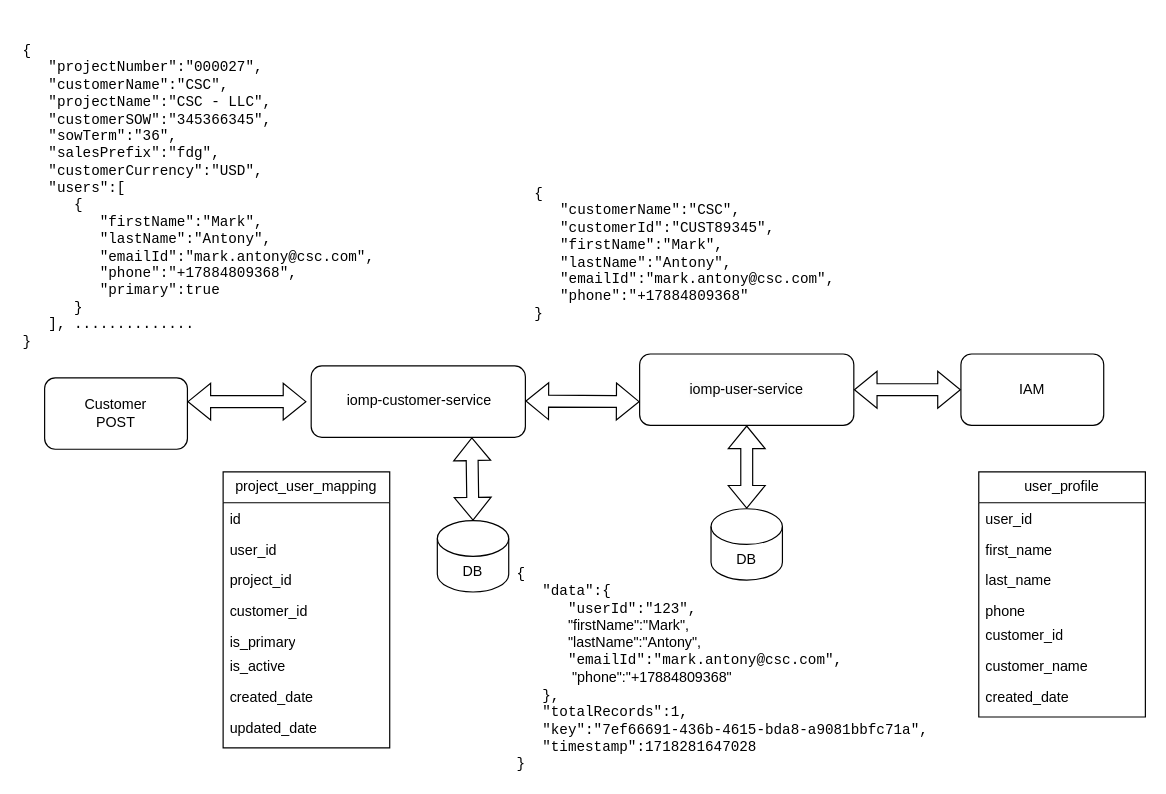
Before: create new contact for customer account.drawio in wesco-chandanabuduru/common-entities, a draw.io diagram. Source tidied: cells renumbered, new cells numbered last; positions are measured from the earlier drawing's top-left corner, leaving out a move shared by most shapes. Both pictures are drawn from the tidied source at 119%, with x=0, y=0 at pixel (20, 20).
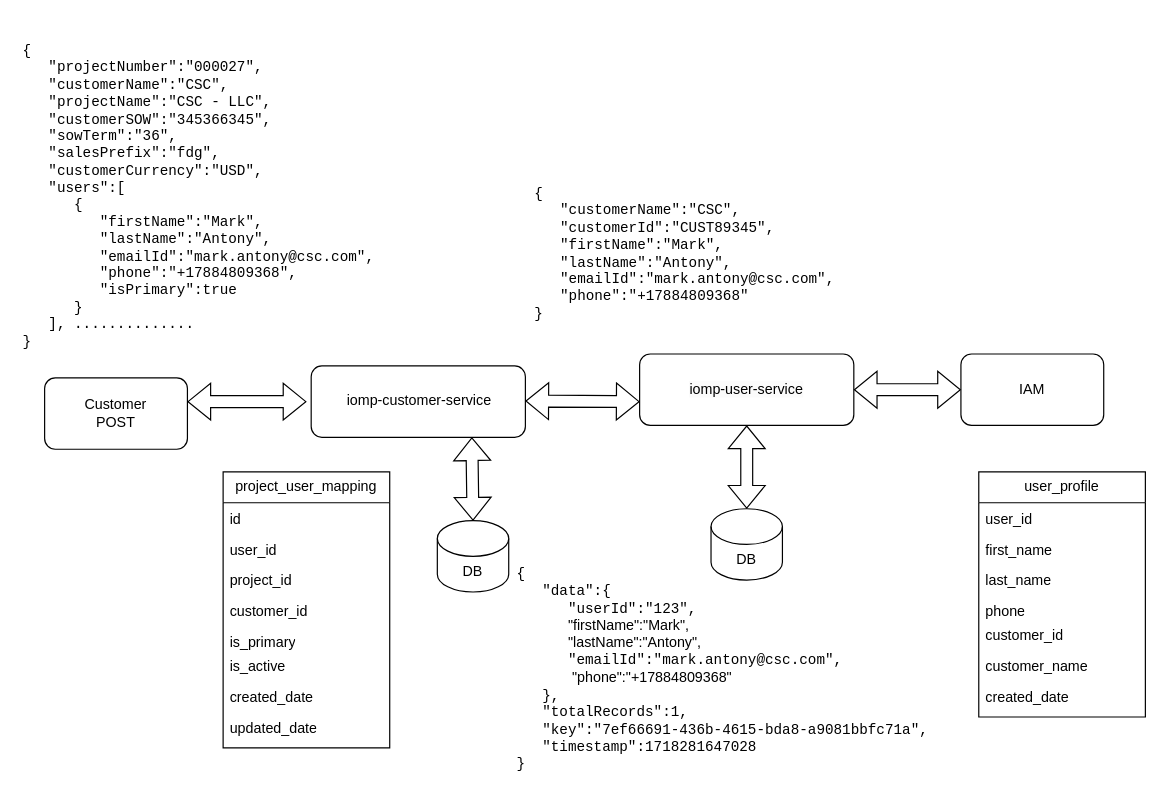
The same page after the edit.

The edit, as a diff of the source:
```diff
@@
-    <mxCell id="8" value="&lt;pre style=&quot;margin-top: 0px;&quot;&gt;&lt;pre&gt;&lt;pre&gt;&lt;pre&gt;&lt;span dir=&quot;ltr&quot; class=&quot;ui-provider a b c d e f g h i j k l m n o p q r s t u v w x y z ab ac ae af ag ah ai aj ak&quot;&gt;&lt;p&gt;{&lt;br/&gt;   &quot;projectNumber&quot;:&quot;000027&quot;,&lt;br/&gt;   &quot;customerName&quot;:&quot;CSC&quot;,&lt;br/&gt;   &quot;projectName&quot;:&quot;CSC - LLC&quot;,&lt;br/&gt;   &quot;customerSOW&quot;:&quot;345366345&quot;,&lt;br/&gt;   &quot;sowTerm&quot;:&quot;36&quot;,&lt;br/&gt;   &quot;salesPrefix&quot;:&quot;fdg&quot;,&lt;br/&gt;   &quot;customerCurrency&quot;:&quot;USD&quot;,&lt;br/&gt;   &quot;users&quot;:[&lt;br/&gt;      {&lt;br/&gt;         &quot;firstName&quot;:&quot;Mark&quot;,&lt;br/&gt;         &quot;lastName&quot;:&quot;Antony&quot;,&lt;br/&gt;         &quot;emailId&quot;:&quot;mark.antony@csc.com&quot;,&lt;br/&gt;         &quot;phone&quot;:&quot;+17884809368&quot;,&lt;br/&gt;         &quot;primary&quot;:true&lt;br/&gt;      }&lt;br/&gt;   ], ..............&lt;br/&gt;}&lt;br&gt;&lt;/p&gt;&lt;p&gt;&lt;/p&gt;&lt;/span&gt;&lt;/pre&gt;&lt;/pre&gt;&lt;/pre&gt;&lt;/pre&gt;" style="text;html=1;whiteSpace=wrap;overflow=hidden;rounded=0;align=left;" parent="1" vertex="1">
+    <mxCell id="8" value="&lt;pre style=&quot;margin-top: 0px;&quot;&gt;&lt;pre&gt;&lt;pre&gt;&lt;pre&gt;&lt;span dir=&quot;ltr&quot; class=&quot;ui-provider a b c d e f g h i j k l m n o p q r s t u v w x y z ab ac ae af ag ah ai aj ak&quot;&gt;&lt;p&gt;{&lt;br&gt;   &quot;projectNumber&quot;:&quot;000027&quot;,&lt;br&gt;   &quot;customerName&quot;:&quot;CSC&quot;,&lt;br&gt;   &quot;projectName&quot;:&quot;CSC - LLC&quot;,&lt;br&gt;   &quot;customerSOW&quot;:&quot;345366345&quot;,&lt;br&gt;   &quot;sowTerm&quot;:&quot;36&quot;,&lt;br&gt;   &quot;salesPrefix&quot;:&quot;fdg&quot;,&lt;br&gt;   &quot;customerCurrency&quot;:&quot;USD&quot;,&lt;br&gt;   &quot;users&quot;:[&lt;br&gt;      {&lt;br&gt;         &quot;firstName&quot;:&quot;Mark&quot;,&lt;br&gt;         &quot;lastName&quot;:&quot;Antony&quot;,&lt;br&gt;         &quot;emailId&quot;:&quot;mark.antony@csc.com&quot;,&lt;br&gt;         &quot;phone&quot;:&quot;+17884809368&quot;,&lt;br&gt;         &quot;isPrimary&quot;:true&lt;br&gt;      }&lt;br&gt;   ], ..............&lt;br&gt;}&lt;br&gt;&lt;/p&gt;&lt;p&gt;&lt;/p&gt;&lt;/span&gt;&lt;/pre&gt;&lt;/pre&gt;&lt;/pre&gt;&lt;/pre&gt;" style="text;html=1;whiteSpace=wrap;overflow=hidden;rounded=0;align=left;" parent="1" vertex="1">
       <mxGeometry width="360" height="290" as="geometry" />
     </mxCell>
```
